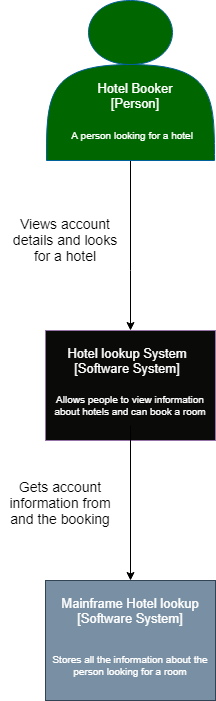
diercan/PSSC-2019 keeps this draw.io diagram as FALK_BOGDAN/Proiect/C4_Model/C4Diagram-Context.png. Above is the earlier version. Source tidied: cells renumbered, new cells last; positions are measured from the earlier drawing's top-left corner, leaving out a move shared by most shapes.
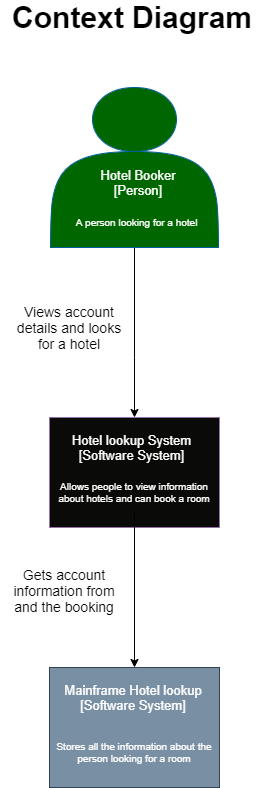
Above is the later version.

Diff of the diagram source:
```diff
@@ -46,5 +46,8 @@
     <mxCell id="14" value="Gets account information from and the booking" style="text;html=1;strokeColor=none;fillColor=none;align=center;verticalAlign=middle;whiteSpace=wrap;rounded=0;shadow=0;fontSize=14;fontColor=#000000;" parent="1" vertex="1">
       <mxGeometry y="482.5" width="120" height="40" as="geometry" />
     </mxCell>
+    <mxCell id="15" value="&lt;font style=&quot;font-size: 30px&quot;&gt;&lt;b&gt;Context Diagram&lt;/b&gt;&lt;br&gt;&lt;/font&gt;" style="text;html=1;strokeColor=none;fillColor=none;align=center;verticalAlign=middle;whiteSpace=wrap;rounded=0;" parent="1" vertex="1">
+      <mxGeometry x="-3.5" y="-80" width="260" height="20" as="geometry" />
+    </mxCell>
   </root>
 </mxGraphModel>
```
